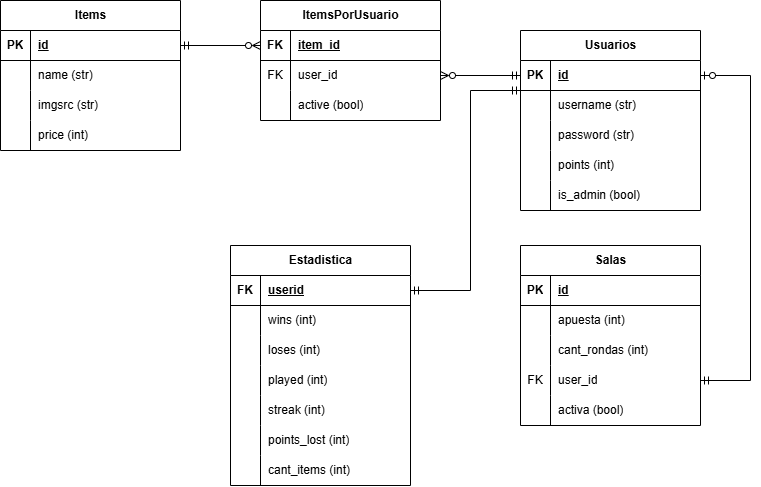
The draw.io diagram docs/DER.png in PioIX/2026-TPF-G03, before a commit. Source tidied: cells renumbered, new cells last; positions are measured from the earlier drawing's top-left corner, leaving out a move shared by most shapes.
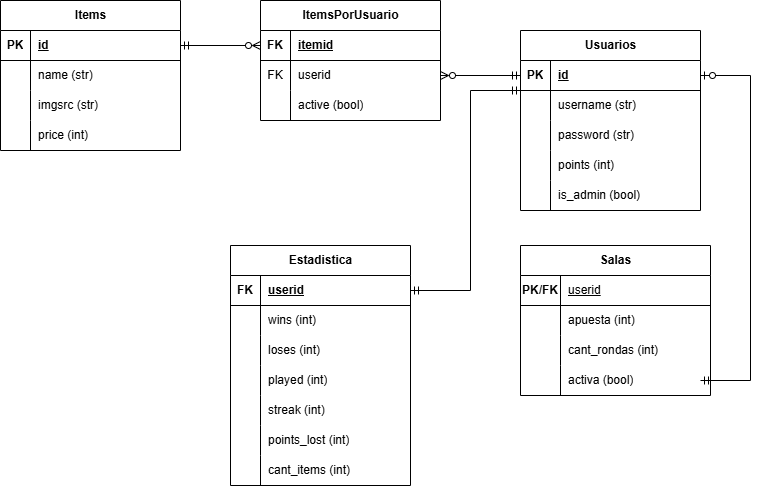
The same file after the commit.

Commit message:
DER Corregido

What changed in the source:
```diff
@@ -90,52 +90,43 @@
       <mxGeometry x="30" width="150" height="30" as="geometry" />
     </mxCell>
     <mxCell id="31" value="Salas" style="shape=table;startSize=30;rowLines=0;fontStyle=1;align=center;html=1;" parent="1" vertex="1">
-      <mxGeometry x="520" y="245" width="180" height="180" as="geometry" />
+      <mxGeometry x="520" y="245" width="190" height="150" as="geometry" />
     </mxCell>
     <mxCell id="32" style="shape=tableRow;horizontal=0;startSize=0;swimlaneHead=0;swimlaneBody=0;fillColor=none;top=0;left=0;right=0;bottom=1;" parent="31" vertex="1">
-      <mxGeometry y="30" width="180" height="30" as="geometry" />
+      <mxGeometry y="30" width="190" height="30" as="geometry" />
     </mxCell>
-    <mxCell id="33" value="PK" style="shape=partialRectangle;fillColor=none;top=0;left=0;bottom=0;right=0;fontStyle=1;overflow=hidden;whiteSpace=wrap;html=1;" parent="32" vertex="1">
-      <mxGeometry width="30" height="30" as="geometry" />
+    <mxCell id="33" value="PK/FK" style="shape=partialRectangle;fillColor=none;top=0;left=0;bottom=0;right=0;fontStyle=1;overflow=hidden;whiteSpace=wrap;html=1;" parent="32" vertex="1">
+      <mxGeometry width="40" height="30" as="geometry" />
     </mxCell>
-    <mxCell id="34" value="id" style="shape=partialRectangle;fillColor=none;top=0;left=0;bottom=0;right=0;align=left;spacingLeft=6;fontStyle=5;overflow=hidden;whiteSpace=wrap;html=1;" parent="32" vertex="1">
-      <mxGeometry x="30" width="150" height="30" as="geometry" />
+    <mxCell id="34" value="&lt;span style=&quot;font-weight: 400;&quot;&gt;userid&lt;/span&gt;" style="shape=partialRectangle;fillColor=none;top=0;left=0;bottom=0;right=0;align=left;spacingLeft=6;fontStyle=5;overflow=hidden;whiteSpace=wrap;html=1;" parent="32" vertex="1">
+      <mxGeometry x="40" width="150" height="30" as="geometry" />
     </mxCell>
     <mxCell id="35" style="shape=tableRow;horizontal=0;startSize=0;swimlaneHead=0;swimlaneBody=0;fillColor=none;top=0;left=0;right=0;bottom=0;" parent="31" vertex="1">
-      <mxGeometry y="60" width="180" height="30" as="geometry" />
+      <mxGeometry y="60" width="190" height="30" as="geometry" />
     </mxCell>
     <mxCell id="36" style="shape=partialRectangle;fillColor=none;top=0;left=0;bottom=0;right=0;overflow=hidden;whiteSpace=wrap;html=1;" parent="35" vertex="1">
-      <mxGeometry width="30" height="30" as="geometry" />
+      <mxGeometry width="40" height="30" as="geometry" />
     </mxCell>
     <mxCell id="37" value="apuesta (int)" style="shape=partialRectangle;fillColor=none;top=0;left=0;bottom=0;right=0;align=left;spacingLeft=6;overflow=hidden;whiteSpace=wrap;html=1;" parent="35" vertex="1">
-      <mxGeometry x="30" width="150" height="30" as="geometry" />
+      <mxGeometry x="40" width="150" height="30" as="geometry" />
     </mxCell>
     <mxCell id="38" style="shape=tableRow;horizontal=0;startSize=0;swimlaneHead=0;swimlaneBody=0;fillColor=none;top=0;left=0;right=0;bottom=0;" parent="31" vertex="1">
-      <mxGeometry y="90" width="180" height="30" as="geometry" />
+      <mxGeometry y="90" width="190" height="30" as="geometry" />
     </mxCell>
     <mxCell id="39" style="shape=partialRectangle;fillColor=none;top=0;left=0;bottom=0;right=0;overflow=hidden;whiteSpace=wrap;html=1;" parent="38" vertex="1">
-      <mxGeometry width="30" height="30" as="geometry" />
+      <mxGeometry width="40" height="30" as="geometry" />
     </mxCell>
     <mxCell id="40" value="cant_rondas (int)" style="shape=partialRectangle;fillColor=none;top=0;left=0;bottom=0;right=0;align=left;spacingLeft=6;overflow=hidden;whiteSpace=wrap;html=1;" parent="38" vertex="1">
-      <mxGeometry x="30" width="150" height="30" as="geometry" />
+      <mxGeometry x="40" width="150" height="30" as="geometry" />
     </mxCell>
-    <mxCell id="41" style="shape=tableRow;horizontal=0;startSize=0;swimlaneHead=0;swimlaneBody=0;fillColor=none;points=[[0,0.5],[1,0.5]];portConstraint=eastwest;top=0;left=0;right=0;bottom=0;" parent="31" vertex="1">
-      <mxGeometry y="120" width="180" height="30" as="geometry" />
-    </mxCell>
-    <mxCell id="42" value="FK" style="shape=partialRectangle;fillColor=none;top=0;left=0;bottom=0;right=0;overflow=hidden;whiteSpace=wrap;html=1;" parent="41" vertex="1">
-      <mxGeometry width="30" height="30" as="geometry" />
-    </mxCell>
-    <mxCell id="43" value="user_id" style="shape=partialRectangle;fillColor=none;top=0;left=0;bottom=0;right=0;align=left;spacingLeft=6;overflow=hidden;whiteSpace=wrap;html=1;" parent="41" vertex="1">
-      <mxGeometry x="30" width="150" height="30" as="geometry" />
-    </mxCell>
     <mxCell id="44" style="shape=tableRow;horizontal=0;startSize=0;swimlaneHead=0;swimlaneBody=0;fillColor=none;top=0;left=0;right=0;bottom=0;" parent="31" vertex="1">
-      <mxGeometry y="150" width="180" height="30" as="geometry" />
+      <mxGeometry y="120" width="190" height="30" as="geometry" />
     </mxCell>
     <mxCell id="45" style="shape=partialRectangle;fillColor=none;top=0;left=0;bottom=0;right=0;overflow=hidden;whiteSpace=wrap;html=1;" parent="44" vertex="1">
-      <mxGeometry width="30" height="30" as="geometry" />
+      <mxGeometry width="40" height="30" as="geometry" />
     </mxCell>
     <mxCell id="46" value="activa (bool)" style="shape=partialRectangle;fillColor=none;top=0;left=0;bottom=0;right=0;align=left;spacingLeft=6;overflow=hidden;whiteSpace=wrap;html=1;" parent="44" vertex="1">
-      <mxGeometry x="30" width="150" height="30" as="geometry" />
+      <mxGeometry x="40" width="150" height="30" as="geometry" />
     </mxCell>
     <mxCell id="47" value="ItemsPorUsuario" style="shape=table;startSize=30;rowLines=0;fontStyle=1;align=center;html=1;" parent="1" vertex="1">
       <mxGeometry x="260" width="180" height="120" as="geometry" />
@@ -146,7 +137,7 @@
     <mxCell id="49" value="FK" style="shape=partialRectangle;fillColor=none;top=0;left=0;bottom=0;right=0;fontStyle=1;overflow=hidden;whiteSpace=wrap;html=1;" parent="48" vertex="1">
       <mxGeometry width="30" height="30" as="geometry" />
     </mxCell>
-    <mxCell id="50" value="item_id" style="shape=partialRectangle;fillColor=none;top=0;left=0;bottom=0;right=0;align=left;spacingLeft=6;fontStyle=5;overflow=hidden;whiteSpace=wrap;html=1;" parent="48" vertex="1">
+    <mxCell id="50" value="itemid" style="shape=partialRectangle;fillColor=none;top=0;left=0;bottom=0;right=0;align=left;spacingLeft=6;fontStyle=5;overflow=hidden;whiteSpace=wrap;html=1;" parent="48" vertex="1">
       <mxGeometry x="30" width="150" height="30" as="geometry" />
     </mxCell>
     <mxCell id="51" style="shape=tableRow;horizontal=0;startSize=0;swimlaneHead=0;swimlaneBody=0;fillColor=none;points=[[0,0.5],[1,0.5]];portConstraint=eastwest;top=0;left=0;right=0;bottom=0;" parent="47" vertex="1">
@@ -155,7 +146,7 @@
     <mxCell id="52" value="FK" style="shape=partialRectangle;fillColor=none;top=0;left=0;bottom=0;right=0;overflow=hidden;whiteSpace=wrap;html=1;" parent="51" vertex="1">
       <mxGeometry width="30" height="30" as="geometry" />
     </mxCell>
-    <mxCell id="53" value="user_id" style="shape=partialRectangle;fillColor=none;top=0;left=0;bottom=0;right=0;align=left;spacingLeft=6;overflow=hidden;whiteSpace=wrap;html=1;" parent="51" vertex="1">
+    <mxCell id="53" value="userid" style="shape=partialRectangle;fillColor=none;top=0;left=0;bottom=0;right=0;align=left;spacingLeft=6;overflow=hidden;whiteSpace=wrap;html=1;" parent="51" vertex="1">
       <mxGeometry x="30" width="150" height="30" as="geometry" />
     </mxCell>
     <mxCell id="54" style="shape=tableRow;horizontal=0;startSize=0;swimlaneHead=0;swimlaneBody=0;fillColor=none;top=0;left=0;right=0;bottom=0;" parent="47" vertex="1">
@@ -173,8 +164,9 @@
     <mxCell id="58" style="endArrow=ERmandOne;html=1;rounded=0;edgeStyle=orthogonalEdgeStyle;startArrow=ERzeroToMany;startFill=0;endFill=0;entryX=1;entryY=0.5;entryDx=0;entryDy=0;exitX=0;exitY=0.5;exitDx=0;exitDy=0;" parent="1" edge="1" source="48" target="19">
       <mxGeometry x="-0.29" relative="1" as="geometry" />
     </mxCell>
-    <mxCell id="59" style="edgeStyle=orthogonalEdgeStyle;rounded=0;jettySize=auto;html=1;entryX=1;entryY=0.5;entryDx=0;entryDy=0;endArrow=ERmandOne;endFill=0;startArrow=ERzeroToOne;startFill=0;" parent="1" edge="1" source="3" target="41">
+    <mxCell id="59" style="edgeStyle=orthogonalEdgeStyle;rounded=0;jettySize=auto;html=1;entryX=1;entryY=0.5;entryDx=0;entryDy=0;endArrow=ERmandOne;endFill=0;startArrow=ERzeroToOne;startFill=0;" parent="1" edge="1" source="3">
       <mxGeometry relative="1" as="geometry">
+        <mxPoint x="700" y="380" as="targetPoint" />
         <Array as="points">
           <mxPoint x="750" y="75" />
           <mxPoint x="750" y="380.4" />
```
